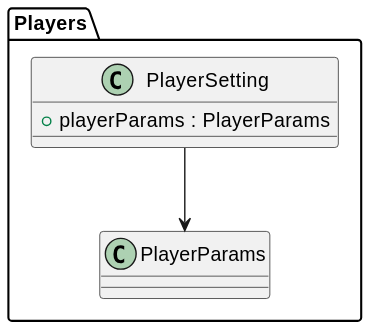
asterisk-cn/RougueShooter keeps this PlantUML diagram as plantuml/out/Player/PlayerSetting.svg. Above is the earlier version.
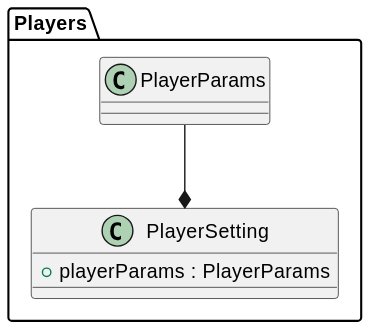
After the change.

What changed in the source:
```diff
@@ -3,6 +3,6 @@
 class PlayerSetting {
     + playerParams : PlayerParams
 }
-PlayerSetting --> PlayerParams
+Players.PlayerParams --* PlayerSetting
 }
 @enduml
```
